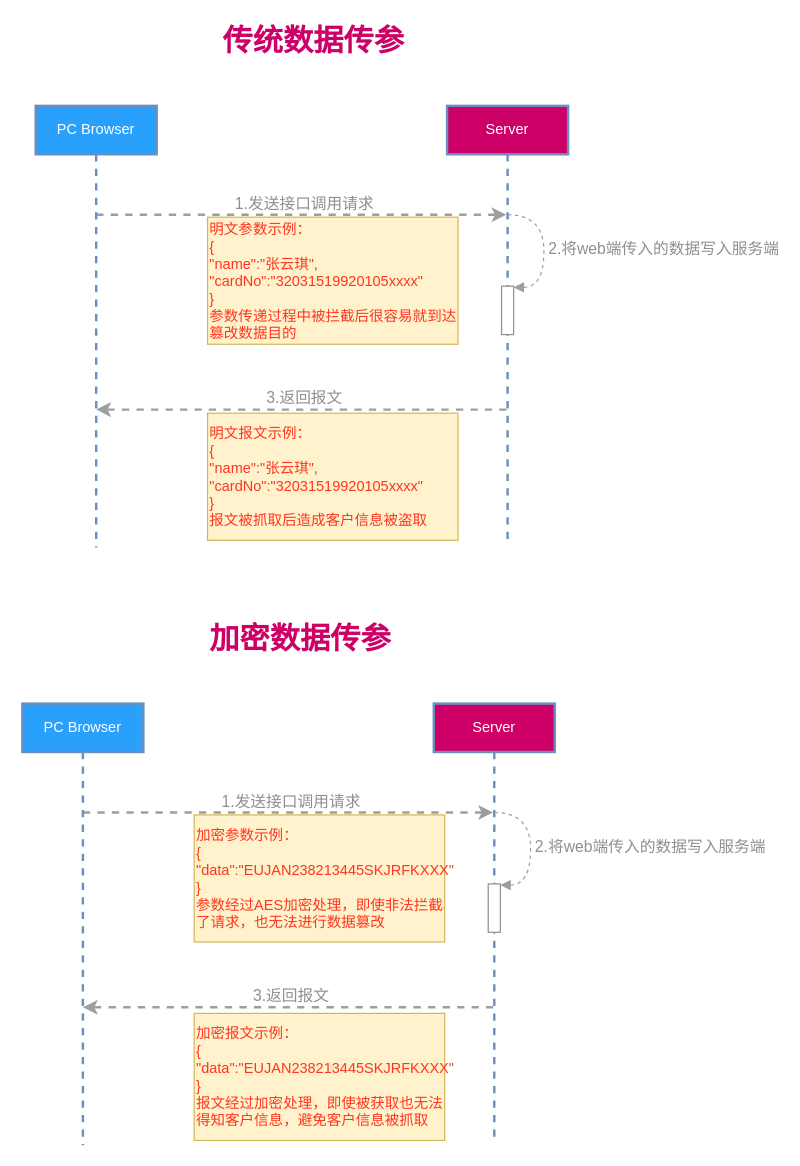
Earlier version of the draw.io diagram 黑名单示意图 的副本.drawio (ammengke/my-drawio). Source tidied: cells renumbered, new cells numbered last; positions are measured from the earlier drawing's top-left corner, leaving out a move shared by most shapes. Both pictures are drawn from the tidied source at 121%, with x=0, y=0 at pixel (22, 21).
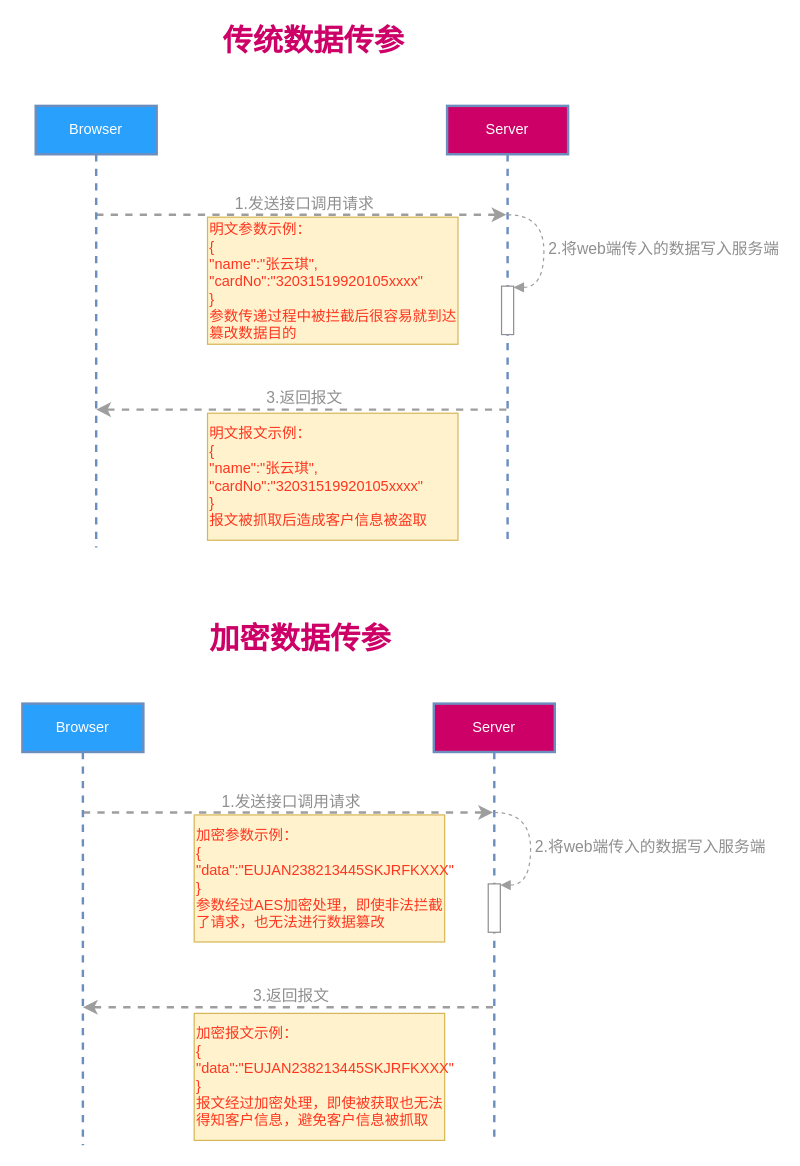
After the change.

Commit message:
数据传参加密时序图.drawio

Change to the diagram source:
```diff
@@
-    <mxCell id="4" value="PC Browser" style="shape=umlLifeline;perimeter=lifelinePerimeter;whiteSpace=wrap;html=1;outlineConnect=0;fillColor=#28A0FC;strokeColor=#6c8ebf;fontColor=#FFFFFF;strokeWidth=2;" parent="1" vertex="1">
+    <mxCell id="4" value="Browser" style="shape=umlLifeline;perimeter=lifelinePerimeter;whiteSpace=wrap;html=1;outlineConnect=0;fillColor=#28A0FC;strokeColor=#6c8ebf;fontColor=#FFFFFF;strokeWidth=2;" parent="1" vertex="1">
       <mxGeometry x="11" y="70" width="100" height="365" as="geometry" />
     </mxCell>
@@
-    <mxCell id="14" value="PC Browser" style="shape=umlLifeline;perimeter=lifelinePerimeter;whiteSpace=wrap;html=1;outlineConnect=0;fillColor=#28A0FC;strokeColor=#6c8ebf;fontColor=#FFFFFF;strokeWidth=2;" parent="1" vertex="1">
+    <mxCell id="14" value="Browser" style="shape=umlLifeline;perimeter=lifelinePerimeter;whiteSpace=wrap;html=1;outlineConnect=0;fillColor=#28A0FC;strokeColor=#6c8ebf;fontColor=#FFFFFF;strokeWidth=2;" parent="1" vertex="1">
       <mxGeometry y="564" width="100" height="365" as="geometry" />
     </mxCell>
```
